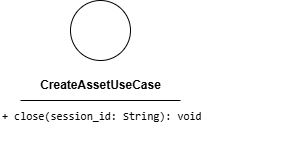
GroupRubberDuck/Documentazione keeps this draw.io diagram as src/PB/DocumentazioneEsterna/Specifica_Tecnica/content/uml/png/Session/CloseEvaluationSessionUseCase.png. Above is the earlier version. Source tidied: cells renumbered, new cells last; positions are measured from the earlier drawing's top-left corner, leaving out a move shared by most shapes. Its diagram source:
```xml
<mxGraphModel>
  <root>
    <mxCell id="0" />
    <mxCell id="1" parent="0" />
    <mxCell id="2" value="&lt;div style=&quot;font-family: Consolas, &amp;quot;Courier New&amp;quot;, monospace; font-weight: normal; line-height: 19px; white-space: pre;&quot;&gt;&lt;div style=&quot;&quot;&gt;&lt;span style=&quot;background-color: rgb(255, 255, 255);&quot;&gt;&lt;font style=&quot;color: rgb(0, 0, 0); font-size: 11px;&quot;&gt;+ close(session_id: String): void&lt;/font&gt;&lt;/span&gt;&lt;/div&gt;&lt;/div&gt;" style="text;whiteSpace=wrap;html=1;" parent="1" vertex="1">
      <mxGeometry y="100" width="290" height="40" as="geometry" />
    </mxCell>
    <mxCell id="3" style="ellipse;whiteSpace=wrap;html=1;" parent="1" vertex="1">
      <mxGeometry x="70" width="60" height="60" as="geometry" />
    </mxCell>
    <mxCell id="4" value="&lt;b&gt;CreateAssetUseCase&lt;/b&gt;" style="text;html=1;align=center;verticalAlign=middle;strokeColor=none;fillColor=none;" parent="1" vertex="1">
      <mxGeometry x="30" y="70" width="140" height="30" as="geometry" />
    </mxCell>
    <mxCell id="5" style="endArrow=none;html=1;" parent="1" edge="1">
      <mxGeometry relative="1" as="geometry">
        <mxPoint x="20" y="100" as="sourcePoint" />
        <mxPoint x="180" y="100" as="targetPoint" />
        <Array as="points">
          <mxPoint x="100" y="100" />
        </Array>
      </mxGeometry>
    </mxCell>
  </root>
</mxGraphModel>
```
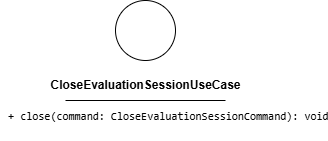
After the change.

Change to the diagram source:
```diff
@@ -2,14 +2,14 @@
   <root>
     <mxCell id="0" />
     <mxCell id="1" parent="0" />
-    <mxCell id="2" value="&lt;div style=&quot;font-family: Consolas, &amp;quot;Courier New&amp;quot;, monospace; font-weight: normal; line-height: 19px; white-space: pre;&quot;&gt;&lt;div style=&quot;&quot;&gt;&lt;span style=&quot;background-color: rgb(255, 255, 255);&quot;&gt;&lt;font style=&quot;color: rgb(0, 0, 0); font-size: 11px;&quot;&gt;+ close(session_id: String): void&lt;/font&gt;&lt;/span&gt;&lt;/div&gt;&lt;/div&gt;" style="text;whiteSpace=wrap;html=1;" parent="1" vertex="1">
-      <mxGeometry y="100" width="290" height="40" as="geometry" />
+    <mxCell id="2" value="&lt;div style=&quot;font-family: Consolas, &amp;quot;Courier New&amp;quot;, monospace; font-weight: normal; line-height: 19px; white-space: pre;&quot;&gt;&lt;div style=&quot;&quot;&gt;&lt;span style=&quot;background-color: rgb(255, 255, 255);&quot;&gt;&lt;font style=&quot;color: rgb(0, 0, 0); font-size: 11px;&quot;&gt; + close(command: CloseEvaluationSessionCommand): void&lt;/font&gt;&lt;/span&gt;&lt;/div&gt;&lt;/div&gt;" style="text;whiteSpace=wrap;html=1;" parent="1" vertex="1">
+      <mxGeometry x="-45" y="100" width="290" height="40" as="geometry" />
     </mxCell>
     <mxCell id="3" style="ellipse;whiteSpace=wrap;html=1;" parent="1" vertex="1">
       <mxGeometry x="70" width="60" height="60" as="geometry" />
     </mxCell>
-    <mxCell id="4" value="&lt;b&gt;CreateAssetUseCase&lt;/b&gt;" style="text;html=1;align=center;verticalAlign=middle;strokeColor=none;fillColor=none;" parent="1" vertex="1">
-      <mxGeometry x="30" y="70" width="140" height="30" as="geometry" />
+    <mxCell id="4" value="&lt;b&gt;CloseEvaluationSessionUseCase&lt;/b&gt;" style="text;html=1;align=center;verticalAlign=middle;strokeColor=none;fillColor=none;" parent="1" vertex="1">
+      <mxGeometry x="-5" y="70" width="210" height="30" as="geometry" />
     </mxCell>
     <mxCell id="5" style="endArrow=none;html=1;" parent="1" edge="1">
       <mxGeometry relative="1" as="geometry">
```
